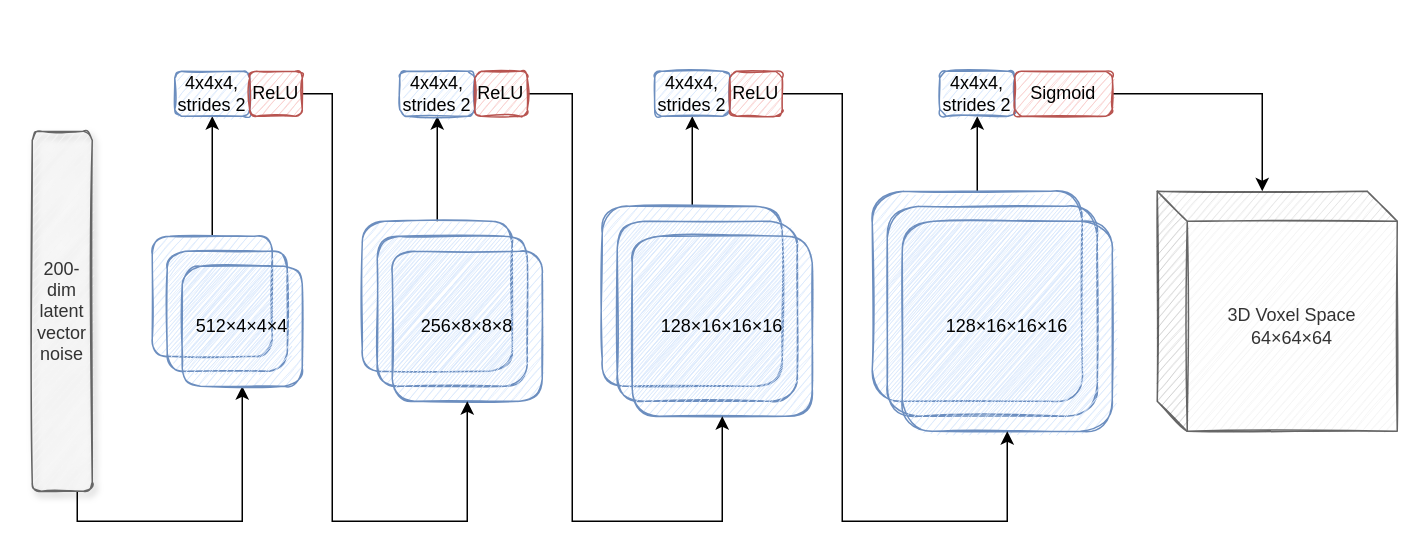
Above: 3D-GAN & 3D-VAE-GAN/3D-GAN & 3D-VAE-GAN.drawio in ZizhengYang/AI-Paper-Collection (draw.io), before the change. Source tidied: cells renumbered, new cells numbered last; positions are measured from the earlier drawing's top-left corner, leaving out a move shared by most shapes. Both pictures are drawn from the tidied source at 150%, with x=0, y=0 at pixel (32, 70).
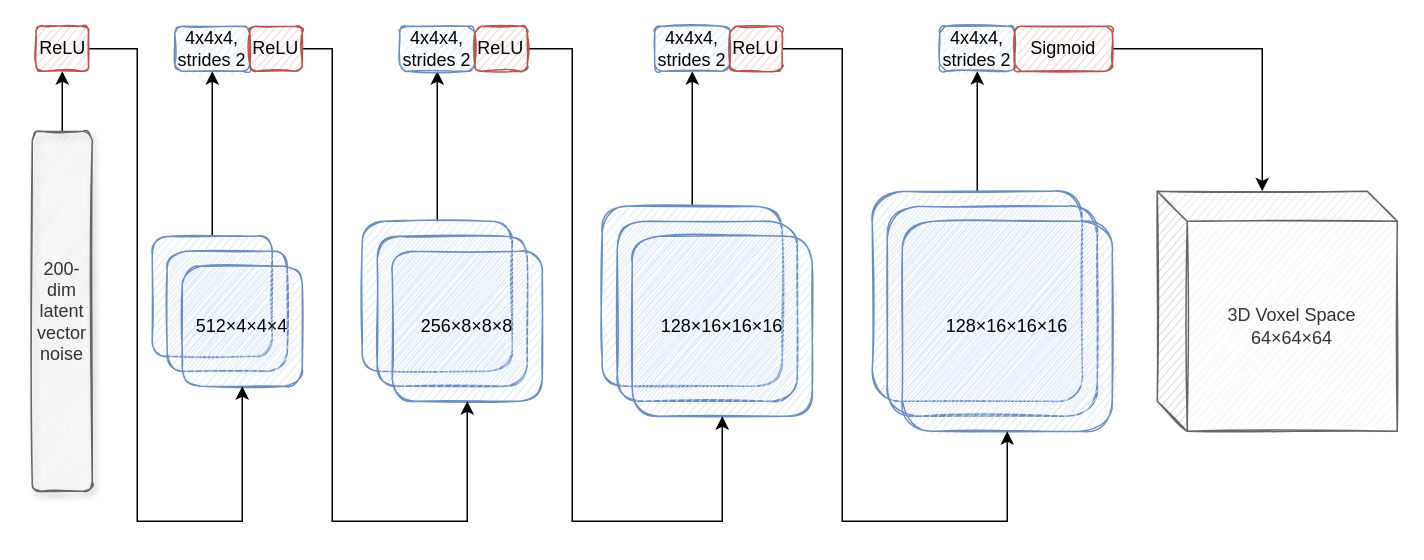
After the change.

The change refers to these unchanged cells:
```xml
<mxCell id="3" value="200-dim&lt;br&gt;latent vector noise" style="rounded=1;whiteSpace=wrap;html=1;fillColor=#f5f5f5;fontColor=#333333;strokeColor=#666666;sketch=1;glass=0;shadow=1;" parent="1" vertex="1">
  <mxGeometry y="40" width="40" height="240" as="geometry" />
</mxCell>
<mxCell id="14" value="512×4×4×4" style="rounded=1;whiteSpace=wrap;html=1;shadow=0;glass=0;sketch=1;fillColor=#dae8fc;strokeColor=#6c8ebf;" parent="1" vertex="1">
  <mxGeometry x="100" y="130" width="80" height="80" as="geometry" />
</mxCell>
<mxCell id="16" value="256×8×8×8" style="rounded=1;whiteSpace=wrap;html=1;shadow=0;glass=0;sketch=1;fillColor=#dae8fc;strokeColor=#6c8ebf;" parent="1" vertex="1">
  <mxGeometry x="240" y="120" width="100" height="100" as="geometry" />
</mxCell>
<mxCell id="18" value="128×16×16×16" style="rounded=1;whiteSpace=wrap;html=1;shadow=0;glass=0;sketch=1;fillColor=#dae8fc;strokeColor=#6c8ebf;" parent="1" vertex="1">
  <mxGeometry x="400" y="110" width="120" height="120" as="geometry" />
</mxCell>
<mxCell id="20" value="128×16×16×16" style="rounded=1;whiteSpace=wrap;html=1;shadow=0;glass=0;sketch=1;fillColor=#dae8fc;strokeColor=#6c8ebf;" parent="1" vertex="1">
  <mxGeometry x="580" y="100" width="140" height="140" as="geometry" />
</mxCell>
```

The edit, as a diff of the source:
```diff
@@
-<mxGraphModel>
+<mxGraphModel background="#ffffff">
@@
-    <mxCell id="2" style="edgeStyle=orthogonalEdgeStyle;rounded=0;jettySize=auto;html=1;entryX=0.5;entryY=1;entryDx=0;entryDy=0;" parent="1" edge="1" source="3" target="14">
-      <mxGeometry relative="1" as="geometry">
-        <Array as="points">
-          <mxPoint x="30" y="300" />
-          <mxPoint x="140" y="300" />
-        </Array>
-      </mxGeometry>
-    </mxCell>
+    <mxCell id="33" style="edgeStyle=orthogonalEdgeStyle;rounded=0;jettySize=auto;html=1;" parent="1" edge="1" source="3" target="35">
+      <mxGeometry relative="1" as="geometry" />
+    </mxCell>
@@
     <mxCell id="21" value="4x4x4, strides 2" style="rounded=1;whiteSpace=wrap;html=1;shadow=0;glass=0;sketch=1;fillColor=#dae8fc;strokeColor=#6c8ebf;" parent="1" vertex="1">
-      <mxGeometry x="95" width="50" height="30" as="geometry" />
+      <mxGeometry x="95" y="-30" width="50" height="30" as="geometry" />
     </mxCell>
     <mxCell id="22" value="4x4x4, strides 2" style="rounded=1;whiteSpace=wrap;html=1;shadow=0;glass=0;sketch=1;fillColor=#dae8fc;strokeColor=#6c8ebf;" parent="1" vertex="1">
-      <mxGeometry x="245" width="50" height="30" as="geometry" />
+      <mxGeometry x="245" y="-30" width="50" height="30" as="geometry" />
     </mxCell>
     <mxCell id="23" value="4x4x4, strides 2" style="rounded=1;whiteSpace=wrap;html=1;shadow=0;glass=0;sketch=1;fillColor=#dae8fc;strokeColor=#6c8ebf;" parent="1" vertex="1">
-      <mxGeometry x="415" width="50" height="30" as="geometry" />
+      <mxGeometry x="415" y="-30" width="50" height="30" as="geometry" />
     </mxCell>
     <mxCell id="24" style="edgeStyle=orthogonalEdgeStyle;rounded=0;jettySize=auto;html=1;entryX=0.5;entryY=1;entryDx=0;entryDy=0;" parent="1" edge="1" source="25" target="16">
       <mxGeometry relative="1" as="geometry">
         <Array as="points">
-          <mxPoint x="200" y="15" />
+          <mxPoint x="200" y="-15" />
           <mxPoint x="200" y="300" />
           <mxPoint x="290" y="300" />
         </Array>
       </mxGeometry>
     </mxCell>
     <mxCell id="25" value="ReLU" style="rounded=1;whiteSpace=wrap;html=1;shadow=0;glass=0;sketch=1;fillColor=#f8cecc;strokeColor=#b85450;" parent="1" vertex="1">
-      <mxGeometry x="145" width="35" height="30" as="geometry" />
+      <mxGeometry x="145" y="-30" width="35" height="30" as="geometry" />
     </mxCell>
     <mxCell id="26" style="edgeStyle=orthogonalEdgeStyle;rounded=0;jettySize=auto;html=1;entryX=0.5;entryY=1;entryDx=0;entryDy=0;" parent="1" edge="1" source="27" target="18">
       <mxGeometry relative="1" as="geometry">
         <Array as="points">
-          <mxPoint x="360" y="15" />
+          <mxPoint x="360" y="-15" />
           <mxPoint x="360" y="300" />
           <mxPoint x="460" y="300" />
         </Array>
       </mxGeometry>
     </mxCell>
     <mxCell id="27" value="ReLU" style="rounded=1;whiteSpace=wrap;html=1;shadow=0;glass=0;sketch=1;fillColor=#f8cecc;strokeColor=#b85450;" parent="1" vertex="1">
-      <mxGeometry x="295" width="35" height="30" as="geometry" />
+      <mxGeometry x="295" y="-30" width="35" height="30" as="geometry" />
     </mxCell>
     <mxCell id="28" style="edgeStyle=orthogonalEdgeStyle;rounded=0;jettySize=auto;html=1;entryX=0.5;entryY=1;entryDx=0;entryDy=0;" parent="1" edge="1" source="29" target="20">
       <mxGeometry relative="1" as="geometry">
         <Array as="points">
-          <mxPoint x="540" y="15" />
+          <mxPoint x="540" y="-15" />
           <mxPoint x="540" y="300" />
           <mxPoint x="650" y="300" />
         </Array>
       </mxGeometry>
     </mxCell>
     <mxCell id="29" value="ReLU" style="rounded=1;whiteSpace=wrap;html=1;shadow=0;glass=0;sketch=1;fillColor=#f8cecc;strokeColor=#b85450;" parent="1" vertex="1">
-      <mxGeometry x="465" width="35" height="30" as="geometry" />
+      <mxGeometry x="465" y="-30" width="35" height="30" as="geometry" />
     </mxCell>
     <mxCell id="30" value="4x4x4, strides 2" style="rounded=1;whiteSpace=wrap;html=1;shadow=0;glass=0;sketch=1;fillColor=#dae8fc;strokeColor=#6c8ebf;" parent="1" vertex="1">
-      <mxGeometry x="605" width="50" height="30" as="geometry" />
+      <mxGeometry x="605" y="-30" width="50" height="30" as="geometry" />
     </mxCell>
@@
     <mxCell id="32" value="Sigmoid" style="rounded=1;whiteSpace=wrap;html=1;shadow=0;glass=0;sketch=1;fillColor=#f8cecc;strokeColor=#b85450;" parent="1" vertex="1">
-      <mxGeometry x="655" width="65" height="30" as="geometry" />
+      <mxGeometry x="655" y="-30" width="65" height="30" as="geometry" />
     </mxCell>
+    <mxCell id="34" style="edgeStyle=orthogonalEdgeStyle;rounded=0;jettySize=auto;html=1;entryX=0.5;entryY=1;entryDx=0;entryDy=0;" parent="1" edge="1" source="35" target="14">
+      <mxGeometry relative="1" as="geometry">
+        <Array as="points">
+          <mxPoint x="70" y="-15" />
+          <mxPoint x="70" y="300" />
+          <mxPoint x="140" y="300" />
+        </Array>
+      </mxGeometry>
+    </mxCell>
+    <mxCell id="35" value="ReLU" style="rounded=1;whiteSpace=wrap;html=1;shadow=0;glass=0;sketch=1;fillColor=#f8cecc;strokeColor=#b85450;" parent="1" vertex="1">
+      <mxGeometry x="2.5" y="-30" width="35" height="30" as="geometry" />
+    </mxCell>
```
